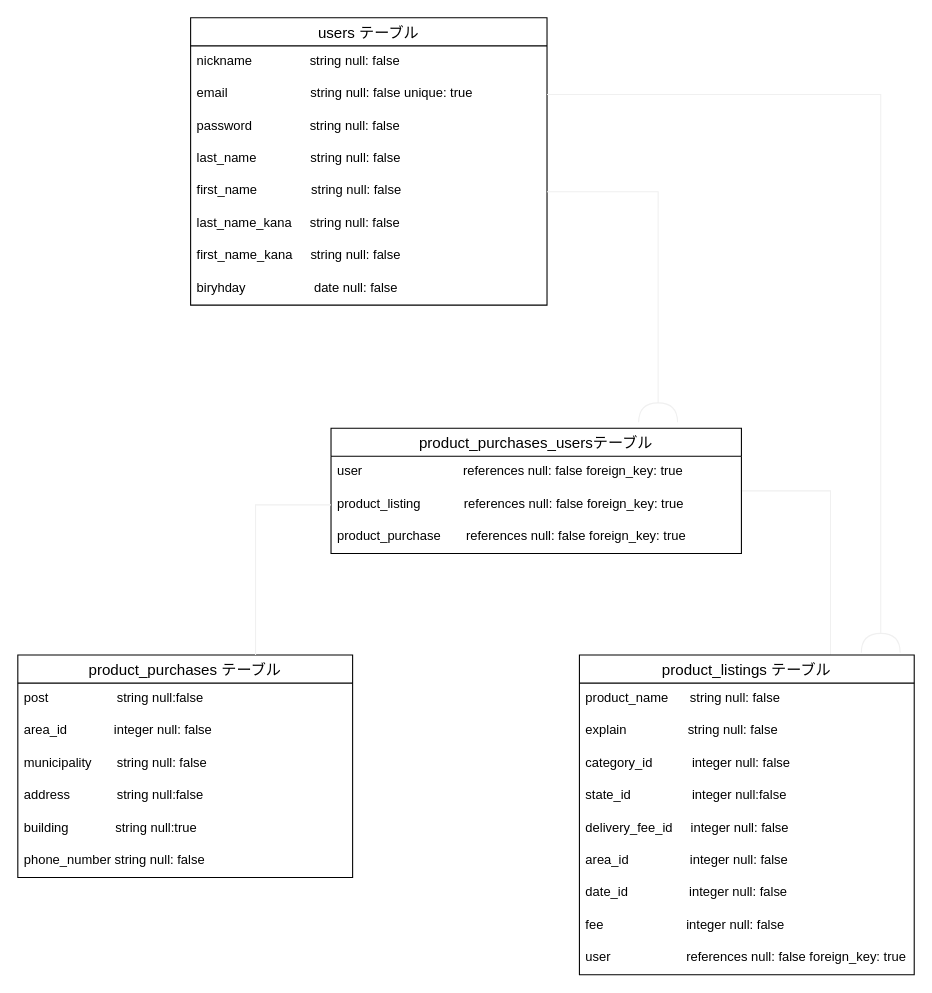
uronchan17/furima-33528 keeps this draw.io diagram as ER.dio. Above is the earlier version. Source tidied: cells renumbered, new cells numbered last; positions are measured from the earlier drawing's top-left corner, leaving out a move shared by most shapes. Both pictures are drawn from the tidied source at 108%, with x=0, y=0 at pixel (17, 17).
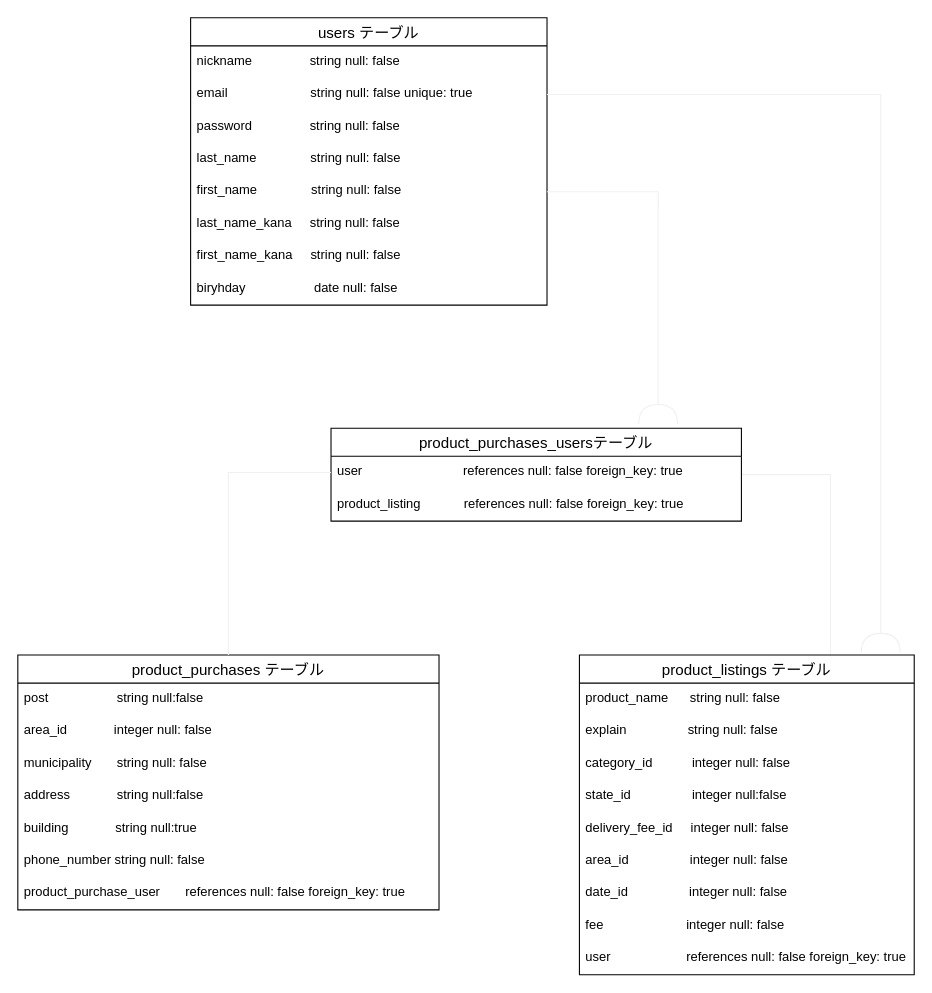
Above is the later version.

Commit message (it also covers changes not shown here):
データベース設計　修正3

Unchanged cells that the change refers to:
```xml
<mxCell id="30" value="user                            references null: false foreign_key: true" style="text;strokeColor=none;fillColor=none;spacingLeft=4;spacingRight=4;overflow=hidden;points=[[0,0.5],[1,0.5]];portConstraint=eastwest;fontSize=12;" parent="29" vertex="1">
  <mxGeometry y="26" width="380" height="30" as="geometry" />
</mxCell>
<mxCell id="31" value="product_listing            references null: false foreign_key: true" style="text;strokeColor=none;fillColor=none;spacingLeft=4;spacingRight=4;overflow=hidden;points=[[0,0.5],[1,0.5]];portConstraint=eastwest;fontSize=12;" parent="29" vertex="1">
  <mxGeometry y="56" width="380" height="30" as="geometry" />
</mxCell>
```

Diff of the diagram source:
```diff
@@
     <mxCell id="22" value="product_purchases テーブル" style="swimlane;fontStyle=0;horizontal=1;startSize=26;align=center;fontSize=14;" parent="1" vertex="1">
-      <mxGeometry y="590" width="310" height="206" as="geometry" />
+      <mxGeometry y="590" width="390" height="236" as="geometry" />
     </mxCell>
     <mxCell id="23" value="post                   string null:false" style="text;strokeColor=none;fillColor=none;spacingLeft=4;spacingRight=4;overflow=hidden;fontSize=12;" parent="22" vertex="1">
-      <mxGeometry y="26" width="310" height="30" as="geometry" />
+      <mxGeometry y="26" width="390" height="30" as="geometry" />
     </mxCell>
     <mxCell id="24" value="area_id             integer null: false" style="text;strokeColor=none;fillColor=none;spacingLeft=4;spacingRight=4;overflow=hidden;fontSize=12;" parent="22" vertex="1">
-      <mxGeometry y="56" width="310" height="30" as="geometry" />
+      <mxGeometry y="56" width="390" height="30" as="geometry" />
     </mxCell>
     <mxCell id="25" value="municipality       string null: false" style="text;strokeColor=none;fillColor=none;spacingLeft=4;spacingRight=4;overflow=hidden;fontSize=12;" parent="22" vertex="1">
-      <mxGeometry y="86" width="310" height="30" as="geometry" />
+      <mxGeometry y="86" width="390" height="30" as="geometry" />
     </mxCell>
     <mxCell id="26" value="address             string null:false" style="text;strokeColor=none;fillColor=none;spacingLeft=4;spacingRight=4;overflow=hidden;fontSize=12;" parent="22" vertex="1">
-      <mxGeometry y="116" width="310" height="30" as="geometry" />
+      <mxGeometry y="116" width="390" height="30" as="geometry" />
     </mxCell>
     <mxCell id="27" value="building             string null:true      " style="text;strokeColor=none;fillColor=none;spacingLeft=4;spacingRight=4;overflow=hidden;fontSize=12;" parent="22" vertex="1">
-      <mxGeometry y="146" width="310" height="30" as="geometry" />
+      <mxGeometry y="146" width="390" height="30" as="geometry" />
     </mxCell>
     <mxCell id="28" value="phone_number string null: false" style="text;strokeColor=none;fillColor=none;spacingLeft=4;spacingRight=4;overflow=hidden;fontSize=12;" parent="22" vertex="1">
-      <mxGeometry y="176" width="310" height="30" as="geometry" />
+      <mxGeometry y="176" width="390" height="30" as="geometry" />
     </mxCell>
+    <mxCell id="36" value="product_purchase_user       references null: false foreign_key: true" style="text;strokeColor=none;fillColor=none;spacingLeft=4;spacingRight=4;overflow=hidden;fontSize=12;" parent="22" vertex="1">
+      <mxGeometry y="206" width="390" height="30" as="geometry" />
+    </mxCell>
     <mxCell id="29" value="product_purchases_usersテーブル" style="swimlane;fontStyle=0;horizontal=1;startSize=26;align=center;fontSize=14;" parent="1" vertex="1">
-      <mxGeometry x="290" y="380" width="380" height="116" as="geometry" />
+      <mxGeometry x="290" y="380" width="380" height="86" as="geometry" />
     </mxCell>
@@
-    <mxCell id="32" value="product_purchase       references null: false foreign_key: true" style="text;strokeColor=none;fillColor=none;spacingLeft=4;spacingRight=4;overflow=hidden;fontSize=12;" parent="29" vertex="1">
-      <mxGeometry y="86" width="380" height="30" as="geometry" />
-    </mxCell>
@@
-    <mxCell id="35" style="edgeStyle=orthogonalEdgeStyle;rounded=0;jettySize=auto;html=1;exitX=0;exitY=0.5;exitDx=0;exitDy=0;sourcePerimeterSpacing=0;endArrow=none;endFill=0;endSize=16;strokeColor=#f0f0f0;entryX=0.71;entryY=0;entryDx=0;entryDy=0;entryPerimeter=0;" parent="1" edge="1" source="31" target="22">
-      <mxGeometry relative="1" as="geometry" />
-    </mxCell>
+    <mxCell id="37" style="edgeStyle=orthogonalEdgeStyle;rounded=0;jettySize=auto;html=1;exitX=0;exitY=0.5;exitDx=0;exitDy=0;entryX=0.5;entryY=0;entryDx=0;entryDy=0;sourcePerimeterSpacing=0;endArrow=none;endFill=0;endSize=16;strokeColor=#f0f0f0;" parent="1" edge="1" source="30" target="22">
+      <mxGeometry relative="1" as="geometry" />
+    </mxCell>
```
